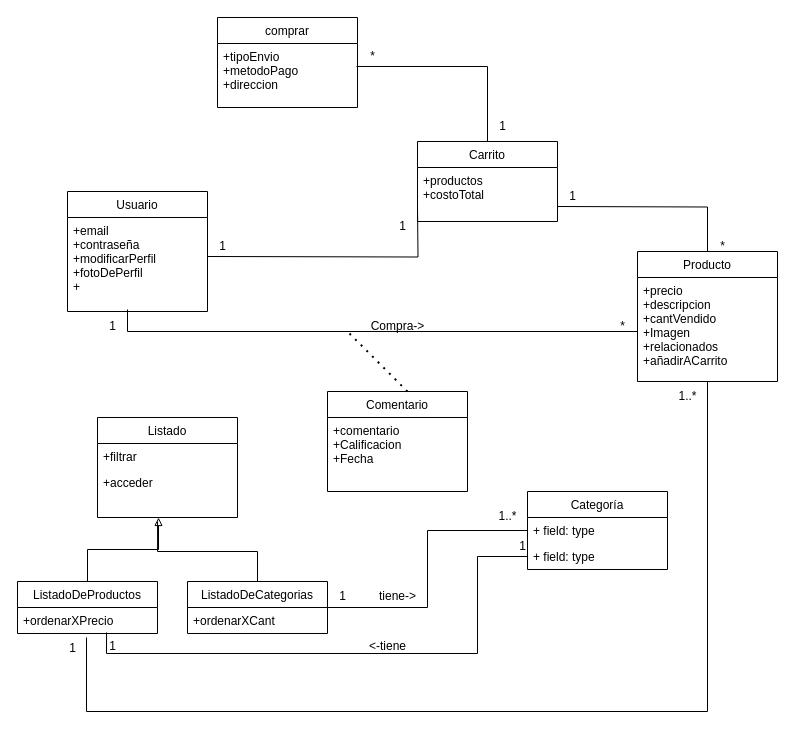
This is Diagrama sin título.drawio from rominaamartinez/Taller-JaP-2022, a draw.io file, before an edit. Source tidied: cells renumbered, new cells numbered last; positions are measured from the earlier drawing's top-left corner, leaving out a move shared by most shapes. Both pictures are drawn from the tidied source at 100%, with x=0, y=0 at pixel (17, 17).
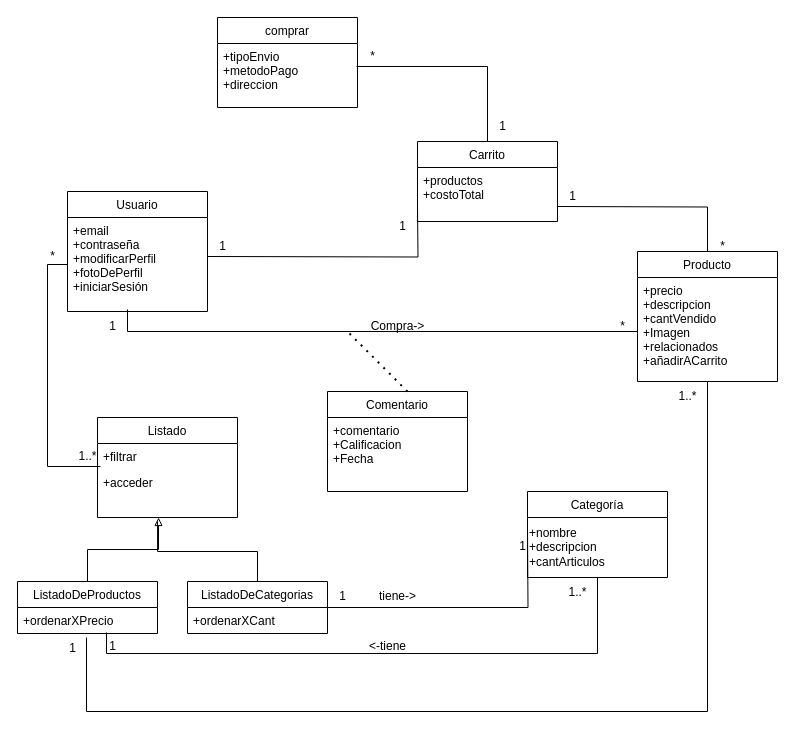
After the change.

Unchanged cells that the change refers to:
```xml
<mxCell id="2" value="Usuario" style="swimlane;fontStyle=0;horizontal=1;startSize=26;fillColor=none;" parent="1" vertex="1">
  <mxGeometry x="50" y="174" width="140" height="120" as="geometry" />
</mxCell>
<mxCell id="20" value="+acceder" style="text;strokeColor=none;fillColor=none;align=left;verticalAlign=top;spacingLeft=4;spacingRight=4;overflow=hidden;points=[[0,0.5],[1,0.5]];portConstraint=eastwest;" parent="18" vertex="1">
  <mxGeometry y="52" width="140" height="48" as="geometry" />
</mxCell>
<mxCell id="23" value="+ordenarXPrecio" style="text;strokeColor=none;fillColor=none;align=left;verticalAlign=top;spacingLeft=4;spacingRight=4;overflow=hidden;points=[[0,0.5],[1,0.5]];portConstraint=eastwest;" parent="22" vertex="1">
  <mxGeometry y="26" width="140" height="26" as="geometry" />
</mxCell>
<mxCell id="25" value="ListadoDeCategorias" style="swimlane;fontStyle=0;horizontal=1;startSize=26;fillColor=none;" parent="1" vertex="1">
  <mxGeometry x="170" y="564" width="140" height="52" as="geometry" />
</mxCell>
```

Diff of the diagram source:
```diff
@@
-    <mxCell id="3" value="+email&#10;+contraseña&#10;+modificarPerfil&#10;+fotoDePerfil&#10;+" style="text;strokeColor=none;fillColor=none;align=left;verticalAlign=top;spacingLeft=4;spacingRight=4;overflow=hidden;points=[[0,0.5],[1,0.5]];portConstraint=eastwest;" parent="2" vertex="1">
+    <mxCell id="3" value="+email&#10;+contraseña&#10;+modificarPerfil&#10;+fotoDePerfil&#10;+iniciarSesión" style="text;strokeColor=none;fillColor=none;align=left;verticalAlign=top;spacingLeft=4;spacingRight=4;overflow=hidden;points=[[0,0.5],[1,0.5]];portConstraint=eastwest;" parent="2" vertex="1">
       <mxGeometry y="26" width="140" height="94" as="geometry" />
     </mxCell>
@@
     <mxCell id="9" value="Categoría" style="swimlane;fontStyle=0;horizontal=1;startSize=26;fillColor=none;" parent="1" vertex="1">
-      <mxGeometry x="510" y="474" width="140" height="78" as="geometry" />
+      <mxGeometry x="510" y="474" width="140" height="86" as="geometry" />
     </mxCell>
-    <mxCell id="10" value="+ field: type" style="text;strokeColor=none;fillColor=none;align=left;verticalAlign=top;spacingLeft=4;spacingRight=4;overflow=hidden;points=[[0,0.5],[1,0.5]];portConstraint=eastwest;" parent="9" vertex="1">
-      <mxGeometry y="26" width="140" height="26" as="geometry" />
-    </mxCell>
-    <mxCell id="11" value="+ field: type" style="text;strokeColor=none;fillColor=none;align=left;verticalAlign=top;spacingLeft=4;spacingRight=4;overflow=hidden;points=[[0,0.5],[1,0.5]];portConstraint=eastwest;" parent="9" vertex="1">
-      <mxGeometry y="52" width="140" height="26" as="geometry" />
-    </mxCell>
+    <mxCell id="49" value="+nombre&lt;br&gt;+descripcion&lt;br&gt;+cantArticulos" style="text;html=1;align=left;verticalAlign=middle;strokeColor=none;fillColor=none;" parent="9" vertex="1">
+      <mxGeometry y="26" width="140" height="60" as="geometry" />
+    </mxCell>
@@
-    <mxCell id="24" style="edgeStyle=orthogonalEdgeStyle;rounded=0;jettySize=auto;html=1;exitX=1;exitY=0.5;exitDx=0;exitDy=0;entryX=0;entryY=0.5;entryDx=0;entryDy=0;endArrow=none;endFill=0;strokeColor=default;" parent="1" edge="1" source="25" target="10">
-      <mxGeometry relative="1" as="geometry" />
+    <mxCell id="24" style="edgeStyle=orthogonalEdgeStyle;rounded=0;jettySize=auto;html=1;exitX=1;exitY=0.5;exitDx=0;exitDy=0;entryX=0;entryY=0.5;entryDx=0;entryDy=0;endArrow=none;endFill=0;strokeColor=default;" parent="1" edge="1" source="25">
+      <mxGeometry relative="1" as="geometry">
+        <mxPoint x="510" y="513" as="targetPoint" />
+      </mxGeometry>
     </mxCell>
@@
     <mxCell id="42" value="1..*" style="text;html=1;align=center;verticalAlign=middle;strokeColor=none;fillColor=none;" parent="1" vertex="1">
-      <mxGeometry x="470" y="484" width="40" height="30" as="geometry" />
+      <mxGeometry x="540" y="560" width="40" height="30" as="geometry" />
     </mxCell>
@@
-    <mxCell id="44" style="edgeStyle=orthogonalEdgeStyle;rounded=0;jettySize=auto;html=1;exitX=0;exitY=0.5;exitDx=0;exitDy=0;entryX=0.636;entryY=0.962;entryDx=0;entryDy=0;entryPerimeter=0;endArrow=none;endFill=0;" parent="1" edge="1" source="11" target="23">
+    <mxCell id="44" style="edgeStyle=orthogonalEdgeStyle;rounded=0;jettySize=auto;html=1;exitX=0.5;exitY=1;exitDx=0;exitDy=0;entryX=0.636;entryY=0.962;entryDx=0;entryDy=0;entryPerimeter=0;endArrow=none;endFill=0;" parent="1" edge="1" source="9" target="23">
       <mxGeometry relative="1" as="geometry">
         <Array as="points">
-          <mxPoint x="460" y="539" />
-          <mxPoint x="460" y="636" />
+          <mxPoint x="580" y="636" />
           <mxPoint x="89" y="636" />
         </Array>
       </mxGeometry>
     </mxCell>
@@
+    <mxCell id="50" style="edgeStyle=orthogonalEdgeStyle;rounded=0;jettySize=auto;html=1;exitX=0;exitY=0.5;exitDx=0;exitDy=0;entryX=0.021;entryY=-0.062;entryDx=0;entryDy=0;entryPerimeter=0;endArrow=none;endFill=0;" parent="1" edge="1" source="3" target="20">
+      <mxGeometry relative="1" as="geometry" />
+    </mxCell>
+    <mxCell id="51" value="1..*" style="text;html=1;align=center;verticalAlign=middle;strokeColor=none;fillColor=none;" parent="1" vertex="1">
+      <mxGeometry x="50" y="424" width="40" height="30" as="geometry" />
+    </mxCell>
+    <mxCell id="52" value="*" style="text;html=1;align=center;verticalAlign=middle;strokeColor=none;fillColor=none;" parent="1" vertex="1">
+      <mxGeometry x="20" y="224" width="30" height="30" as="geometry" />
+    </mxCell>
```
